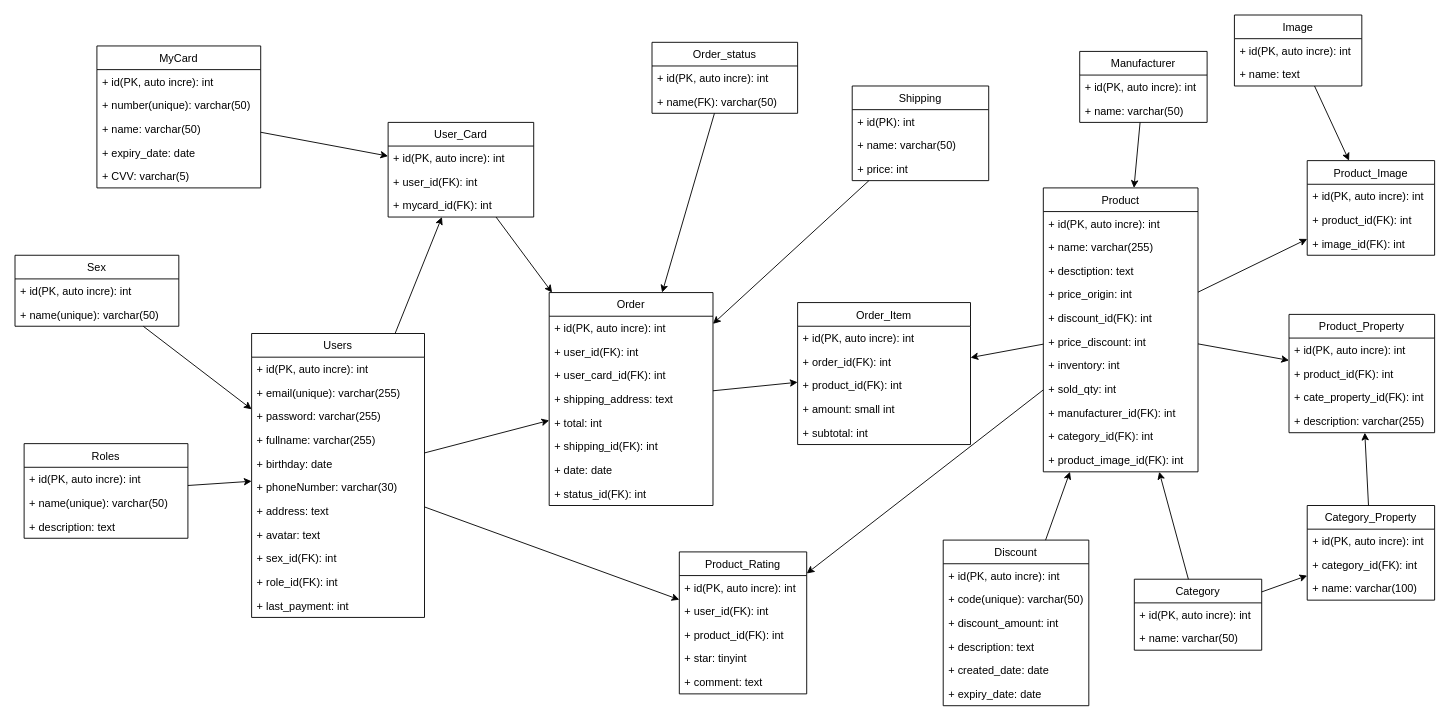
Above: gear3s_db_230325.drawio in Dev3loperS/gear3s_database (draw.io), before the change. Source tidied: cells renumbered, new cells numbered last; positions are measured from the earlier drawing's top-left corner, leaving out a move shared by most shapes. Both pictures are drawn from the tidied source at 91%, with x=0, y=0 at pixel (15, 15).
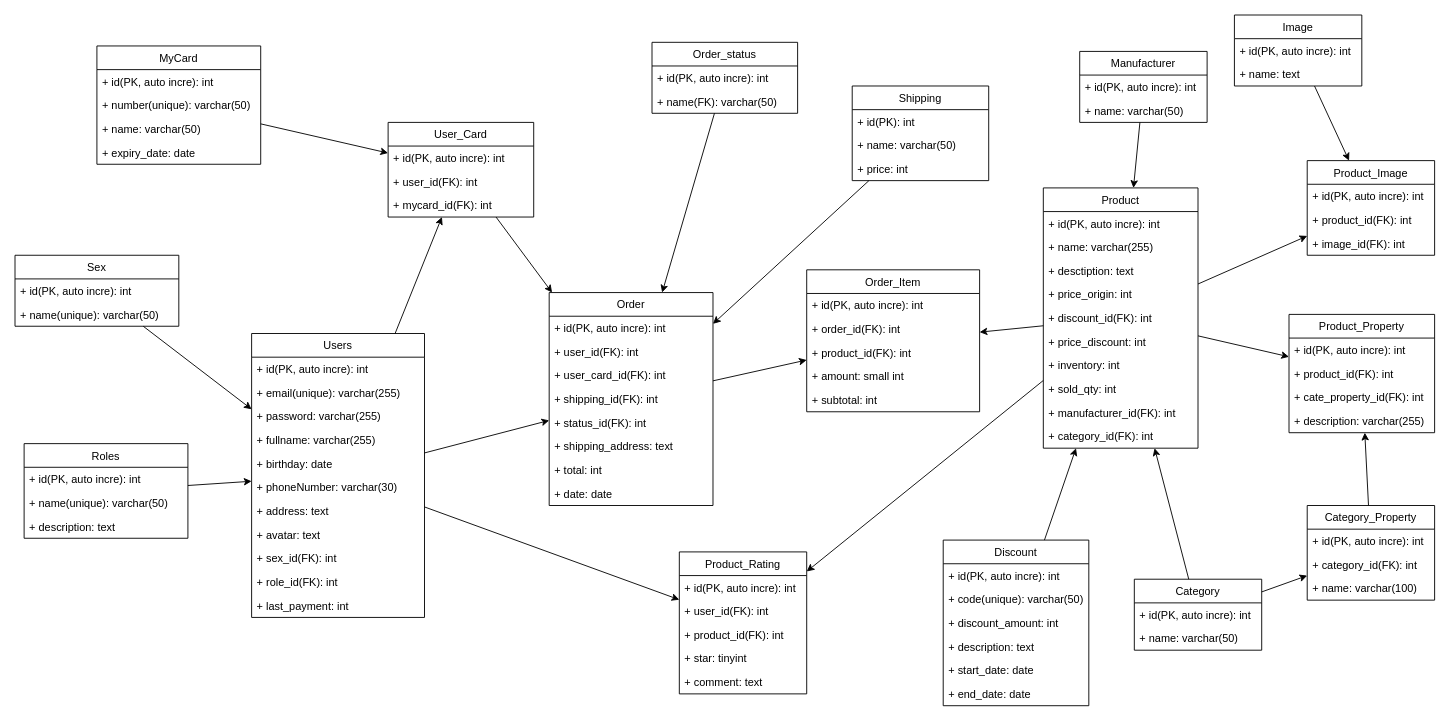
After the change.

Commit message (it also covers changes not shown here):
Them so do ERD va chinh sua drawio

The change refers to these unchanged cells:
```xml
<mxCell id="70" value="Order" style="swimlane;fontStyle=0;horizontal=1;startSize=26;fillColor=none;" parent="1" vertex="1">
  <mxGeometry x="587" y="305" width="180" height="234" as="geometry" />
</mxCell>
<mxCell id="112" value="Discount" style="swimlane;fontStyle=0;horizontal=1;startSize=26;fillColor=none;" parent="1" vertex="1">
  <mxGeometry x="1020" y="577" width="160" height="182" as="geometry" />
</mxCell>
```

Change to the diagram source:
```diff
@@
     <mxCell id="23" value="Product" style="swimlane;fontStyle=0;horizontal=1;startSize=26;fillColor=none;" parent="1" vertex="1">
-      <mxGeometry x="1130" y="190" width="170" height="312" as="geometry" />
+      <mxGeometry x="1130" y="190" width="170" height="286" as="geometry" />
     </mxCell>
@@
-    <mxCell id="34" value="+ product_image_id(FK): int" style="text;strokeColor=none;fillColor=none;align=left;verticalAlign=top;spacingLeft=4;spacingRight=4;overflow=hidden;" parent="23" vertex="1">
-      <mxGeometry y="286" width="170" height="26" as="geometry" />
-    </mxCell>
@@
     <mxCell id="64" value="Order_Item" style="swimlane;fontStyle=0;horizontal=1;startSize=26;fillColor=none;" parent="1" vertex="1">
-      <mxGeometry x="860" y="316" width="190" height="156" as="geometry" />
+      <mxGeometry x="870" y="280" width="190" height="156" as="geometry" />
     </mxCell>
@@
+    <mxCell id="76" value="+ shipping_id(FK): int" style="text;strokeColor=none;fillColor=none;align=left;verticalAlign=top;spacingLeft=4;spacingRight=4;overflow=hidden;" parent="70" vertex="1">
+      <mxGeometry y="104" width="180" height="26" as="geometry" />
+    </mxCell>
+    <mxCell id="78" value="+ status_id(FK): int" style="text;strokeColor=none;fillColor=none;align=left;verticalAlign=top;spacingLeft=4;spacingRight=4;overflow=hidden;" parent="70" vertex="1">
+      <mxGeometry y="130" width="180" height="26" as="geometry" />
+    </mxCell>
     <mxCell id="74" value="+ shipping_address: text" style="text;strokeColor=none;fillColor=none;align=left;verticalAlign=top;spacingLeft=4;spacingRight=4;overflow=hidden;" parent="70" vertex="1">
-      <mxGeometry y="104" width="180" height="26" as="geometry" />
+      <mxGeometry y="156" width="180" height="26" as="geometry" />
     </mxCell>
     <mxCell id="75" value="+ total: int" style="text;strokeColor=none;fillColor=none;align=left;verticalAlign=top;spacingLeft=4;spacingRight=4;overflow=hidden;" parent="70" vertex="1">
-      <mxGeometry y="130" width="180" height="26" as="geometry" />
+      <mxGeometry y="182" width="180" height="26" as="geometry" />
     </mxCell>
-    <mxCell id="76" value="+ shipping_id(FK): int" style="text;strokeColor=none;fillColor=none;align=left;verticalAlign=top;spacingLeft=4;spacingRight=4;overflow=hidden;" parent="70" vertex="1">
-      <mxGeometry y="156" width="180" height="26" as="geometry" />
-    </mxCell>
     <mxCell id="77" value="+ date: date" style="text;strokeColor=none;fillColor=none;align=left;verticalAlign=top;spacingLeft=4;spacingRight=4;overflow=hidden;" parent="70" vertex="1">
-      <mxGeometry y="182" width="180" height="26" as="geometry" />
+      <mxGeometry y="208" width="180" height="26" as="geometry" />
     </mxCell>
-    <mxCell id="78" value="+ status_id(FK): int" style="text;strokeColor=none;fillColor=none;align=left;verticalAlign=top;spacingLeft=4;spacingRight=4;overflow=hidden;" parent="70" vertex="1">
-      <mxGeometry y="208" width="180" height="26" as="geometry" />
-    </mxCell>
@@
     <mxCell id="100" value="MyCard" style="swimlane;fontStyle=0;horizontal=1;startSize=26;fillColor=none;" parent="1" vertex="1">
-      <mxGeometry x="90" y="34" width="180" height="156" as="geometry" />
+      <mxGeometry x="90" y="34" width="180" height="130" as="geometry" />
     </mxCell>
@@
-    <mxCell id="105" value="+ CVV: varchar(5)" style="text;strokeColor=none;fillColor=none;align=left;verticalAlign=top;spacingLeft=4;spacingRight=4;overflow=hidden;" parent="100" vertex="1">
-      <mxGeometry y="130" width="180" height="26" as="geometry" />
-    </mxCell>
@@
-    <mxCell id="117" value="+ created_date: date" style="text;strokeColor=none;fillColor=none;align=left;verticalAlign=top;spacingLeft=4;spacingRight=4;overflow=hidden;" parent="112" vertex="1">
+    <mxCell id="117" value="+ start_date: date" style="text;strokeColor=none;fillColor=none;align=left;verticalAlign=top;spacingLeft=4;spacingRight=4;overflow=hidden;" parent="112" vertex="1">
       <mxGeometry y="130" width="160" height="26" as="geometry" />
     </mxCell>
-    <mxCell id="118" value="+ expiry_date: date" style="text;strokeColor=none;fillColor=none;align=left;verticalAlign=top;spacingLeft=4;spacingRight=4;overflow=hidden;" parent="112" vertex="1">
+    <mxCell id="118" value="+ end_date: date" style="text;strokeColor=none;fillColor=none;align=left;verticalAlign=top;spacingLeft=4;spacingRight=4;overflow=hidden;" parent="112" vertex="1">
       <mxGeometry y="156" width="160" height="26" as="geometry" />
     </mxCell>
```
